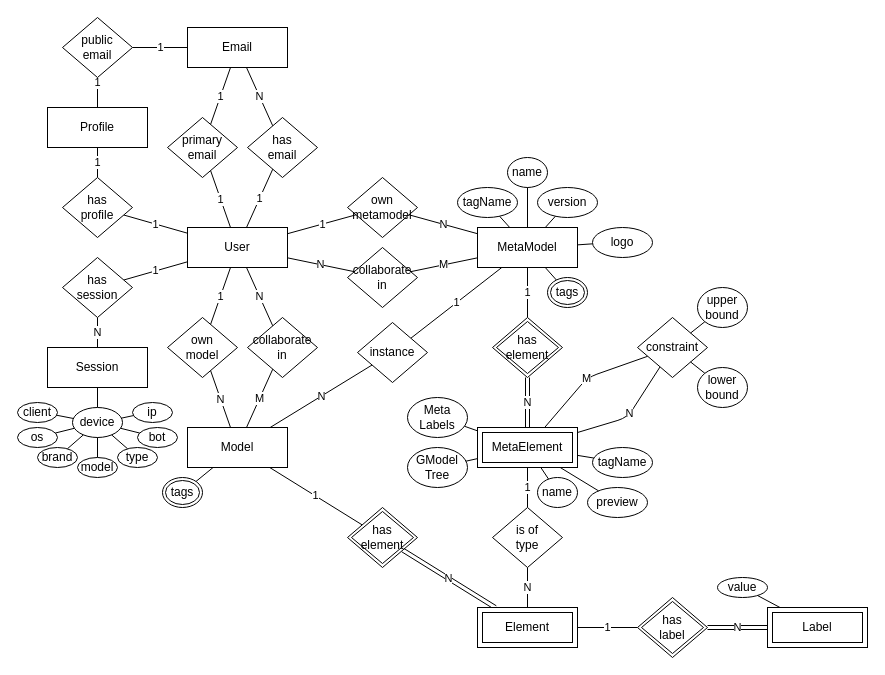
giuliano-marinelli/concept-server keeps this draw.io diagram as src/docs/model.drawio. Above is the earlier version. Source tidied: cells renumbered, new cells numbered last; positions are measured from the earlier drawing's top-left corner, leaving out a move shared by most shapes. Both pictures are drawn from the tidied source at 100%, with x=0, y=0 at pixel (17, 17).
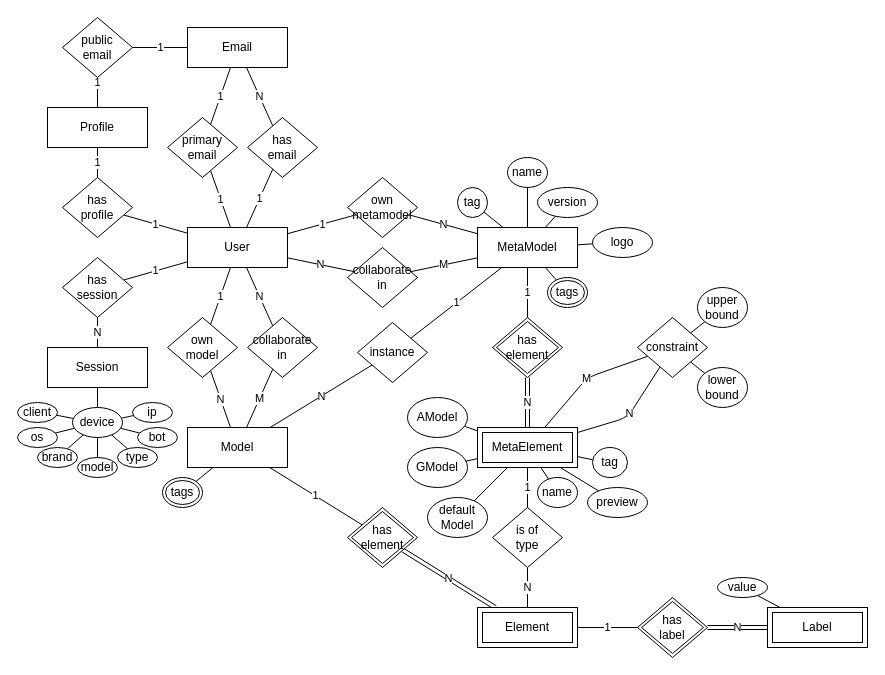
The same page after the edit.

Commit message (it also covers changes not shown here):
adapted aModel to match with json schema. added aModel and model into node/edge args, for use in client inspector. separate action interfaces to a new file.

The change refers to these unchanged cells:
```xml
<mxCell id="81" value="MetaElement" style="shape=ext;margin=3;double=1;whiteSpace=wrap;html=1;align=center;" parent="1" vertex="1">
  <mxGeometry x="460" y="410" width="100" height="40" as="geometry" />
</mxCell>
```

Diff of the diagram source:
```diff
@@
-    <mxCell id="64" value="GModel&lt;br&gt;Tree" style="ellipse;whiteSpace=wrap;html=1;align=center;" parent="1" vertex="1">
+    <mxCell id="64" value="GModel" style="ellipse;whiteSpace=wrap;html=1;align=center;" parent="1" vertex="1">
       <mxGeometry x="390" y="430" width="60" height="40" as="geometry" />
     </mxCell>
@@
-    <mxCell id="66" value="tagName" style="ellipse;whiteSpace=wrap;html=1;align=center;" parent="1" vertex="1">
-      <mxGeometry x="440" y="170" width="60" height="30" as="geometry" />
+    <mxCell id="66" value="tag" style="ellipse;whiteSpace=wrap;html=1;align=center;" parent="1" vertex="1">
+      <mxGeometry x="440" y="170" width="30" height="30" as="geometry" />
     </mxCell>
@@
-    <mxCell id="88" value="tagName" style="ellipse;whiteSpace=wrap;html=1;align=center;" parent="1" vertex="1">
-      <mxGeometry x="575" y="430" width="60" height="30" as="geometry" />
+    <mxCell id="88" value="tag" style="ellipse;whiteSpace=wrap;html=1;align=center;" parent="1" vertex="1">
+      <mxGeometry x="575" y="430" width="35" height="30" as="geometry" />
     </mxCell>
@@
-    <mxCell id="92" value="Meta&lt;br&gt;Labels" style="ellipse;whiteSpace=wrap;html=1;align=center;" parent="1" vertex="1">
+    <mxCell id="92" value="AModel" style="ellipse;whiteSpace=wrap;html=1;align=center;" parent="1" vertex="1">
       <mxGeometry x="390" y="380" width="60" height="40" as="geometry" />
     </mxCell>
@@
+    <mxCell id="100" value="default&lt;br&gt;Model" style="ellipse;whiteSpace=wrap;html=1;align=center;" parent="1" vertex="1">
+      <mxGeometry x="410" y="480" width="60" height="40" as="geometry" />
+    </mxCell>
+    <mxCell id="101" style="edgeStyle=none;html=1;endArrow=none;endFill=0;" parent="1" edge="1" source="81" target="100">
+      <mxGeometry relative="1" as="geometry" />
+    </mxCell>
```
